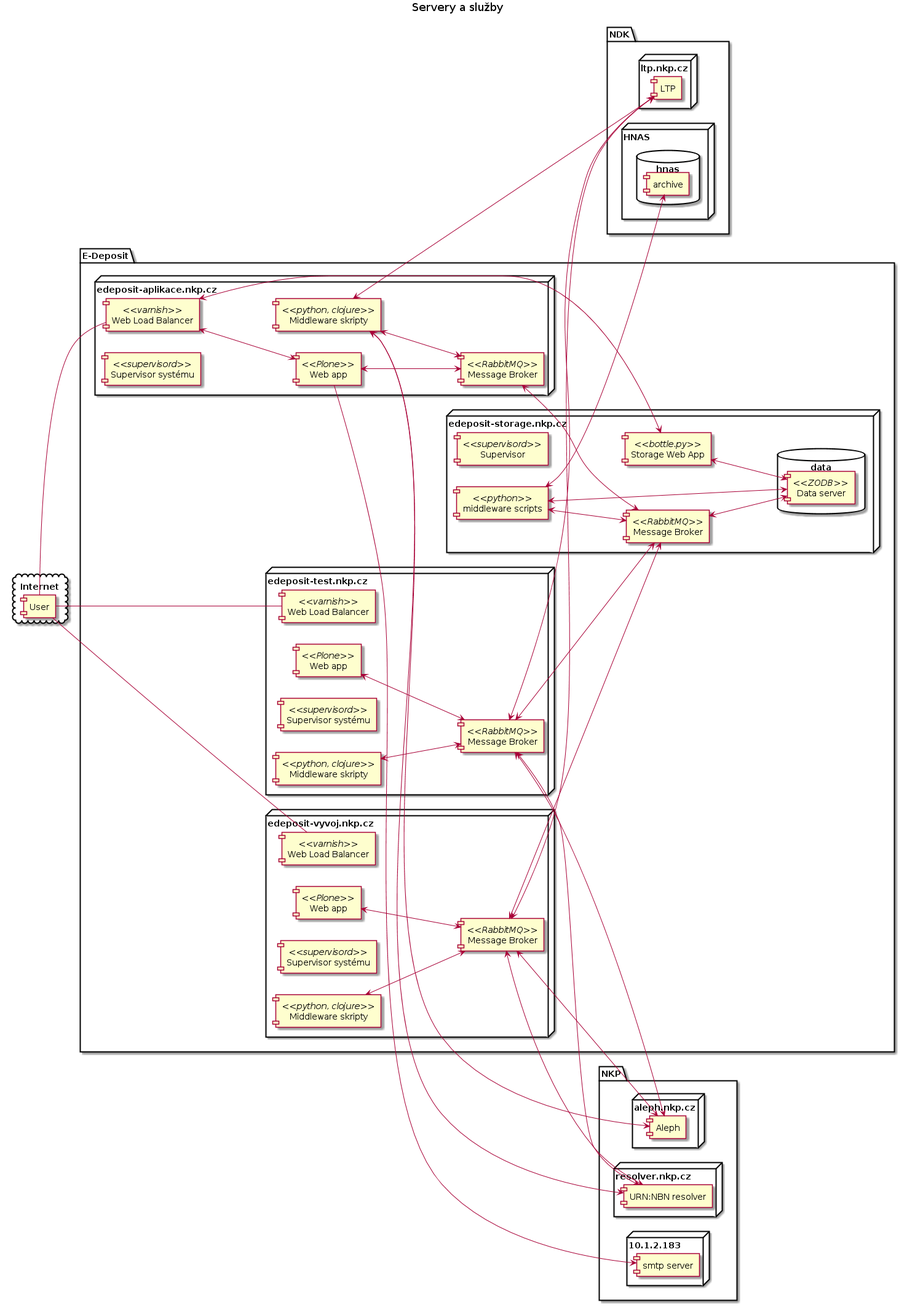
Above: docs/servers.png in edeposit/edeposit (PlantUML), before the change. Its diagram source:
```plantuml
@startuml
left to right direction
title Servery a slu?by


package "E-Deposit" {

    node edeposit-aplikace.nkp.cz {
    [Web Load Balancer] as Varnish <<varnish>>
    [Web app] <<Plone>>
    [Message Broker] <<RabbitMQ>>
    [Supervisor systému] <<supervisord>>
    [Middleware skripty] <<python, clojure>>
    [Web app] <---> [Message Broker]
    [Middleware skripty] <---> [Message Broker]
    Varnish <---> [Web app]
    }


    node edeposit-vyvoj.nkp.cz {
    [Web Load Balancer] as VyvojVarnish <<varnish>>
    [Web app] as VyvojWeb <<Plone>>
    [Message Broker] as VyvojMB <<RabbitMQ>>
    [Supervisor systému] as VyvojSupervisor <<supervisord>>
    [Middleware skripty] as VyvojMiddleware <<python, clojure>>
    VyvojWeb <---> VyvojMB
    VyvojMiddleware <---> VyvojMB
    }

    node edeposit-test.nkp.cz {
    [Web Load Balancer] as TestVarnish <<varnish>>
    [Web app] as TestWeb <<Plone>>
    [Message Broker] as TestMB <<RabbitMQ>>
    [Supervisor systému] as TestSupervisor <<supervisord>>
    [Middleware skripty] as TestMiddleware <<python, clojure>>
    TestWeb <---> TestMB
    TestMiddleware <---> TestMB
    }

    node edeposit-storage.nkp.cz {
       [Storage Web App] as StorageWeb <<bottle.py>>
       [Message Broker] as StorageMB <<RabbitMQ>>
       [Supervisor] as StorageSupervisor <<supervisord>>
       [middleware scripts] as StorageMiddleware <<python>>
       database data {
         [Data server] <<ZODB>>
       }

       StorageWeb <---> [Data server]
       StorageMB <---> [Data server]
       StorageMiddleware <---> StorageMB
       StorageMiddleware <---> [Data server]
    }
    [Message Broker] <---> StorageMB
    VyvojMB <---> StorageMB
    TestMB <---> StorageMB
    Varnish <---> StorageWeb
}

cloud "Internet" {
    [User]
}

[User] - Varnish
[User] - TestVarnish
[User] - VyvojVarnish

package "NKP" {
node 10.1.2.183 {
[smtp server]
[Web app] ---> [smtp server]
}

node aleph.nkp.cz {
[Aleph]
[Middleware skripty] <---> [Aleph]
VyvojMB <---> [Aleph]
TestMB <---> [Aleph]
}

node resolver.nkp.cz {
[URN:NBN resolver]
[Middleware skripty] <---> [URN:NBN resolver]
VyvojMB <---> [URN:NBN resolver]
TestMB <---> [URN:NBN resolver]
}

}

package "NDK" {

node ltp.nkp.cz{
[LTP]
[Middleware skripty] <---> [LTP]
VyvojMB <---> [LTP]
TestMB <---> [LTP]
}

node HNAS {
database hnas {
   [archive]
}
}
}

StorageMiddleware <---> archive

@enduml
```
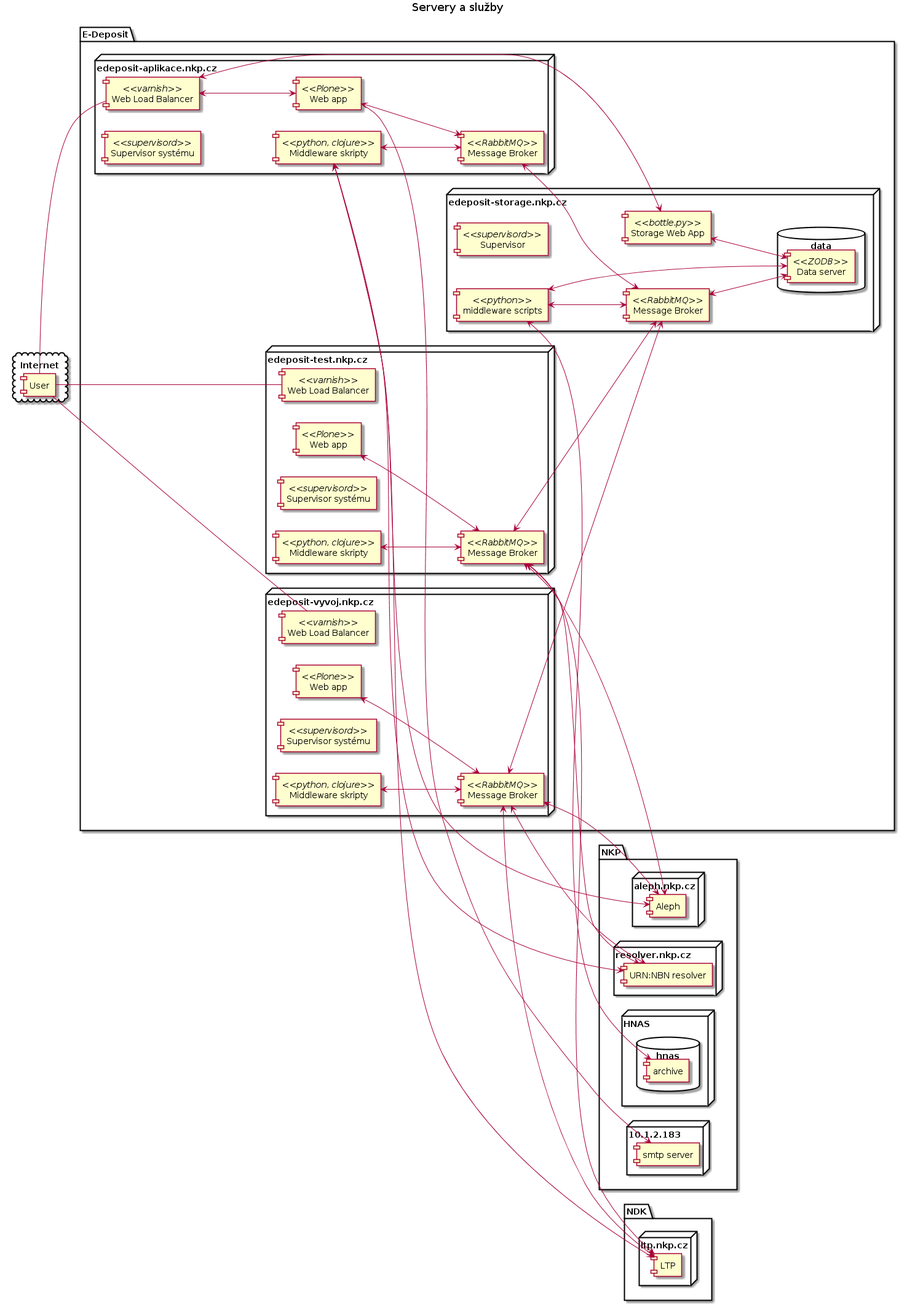
After the change.

Commit message:
aktualizoval jsem obrazek se servery.

Diff of the diagram source:
```diff
@@ -85,6 +85,11 @@
 TestMB <---> [URN:NBN resolver]
 }
 
+node HNAS {
+database hnas {
+   [archive]
+}
+}
 }
 
 package "NDK" {
@@ -96,11 +101,6 @@
 TestMB <---> [LTP]
 }
 
-node HNAS {
-database hnas {
-   [archive]
-}
-}
 }
 
 StorageMiddleware <---> archive
```
